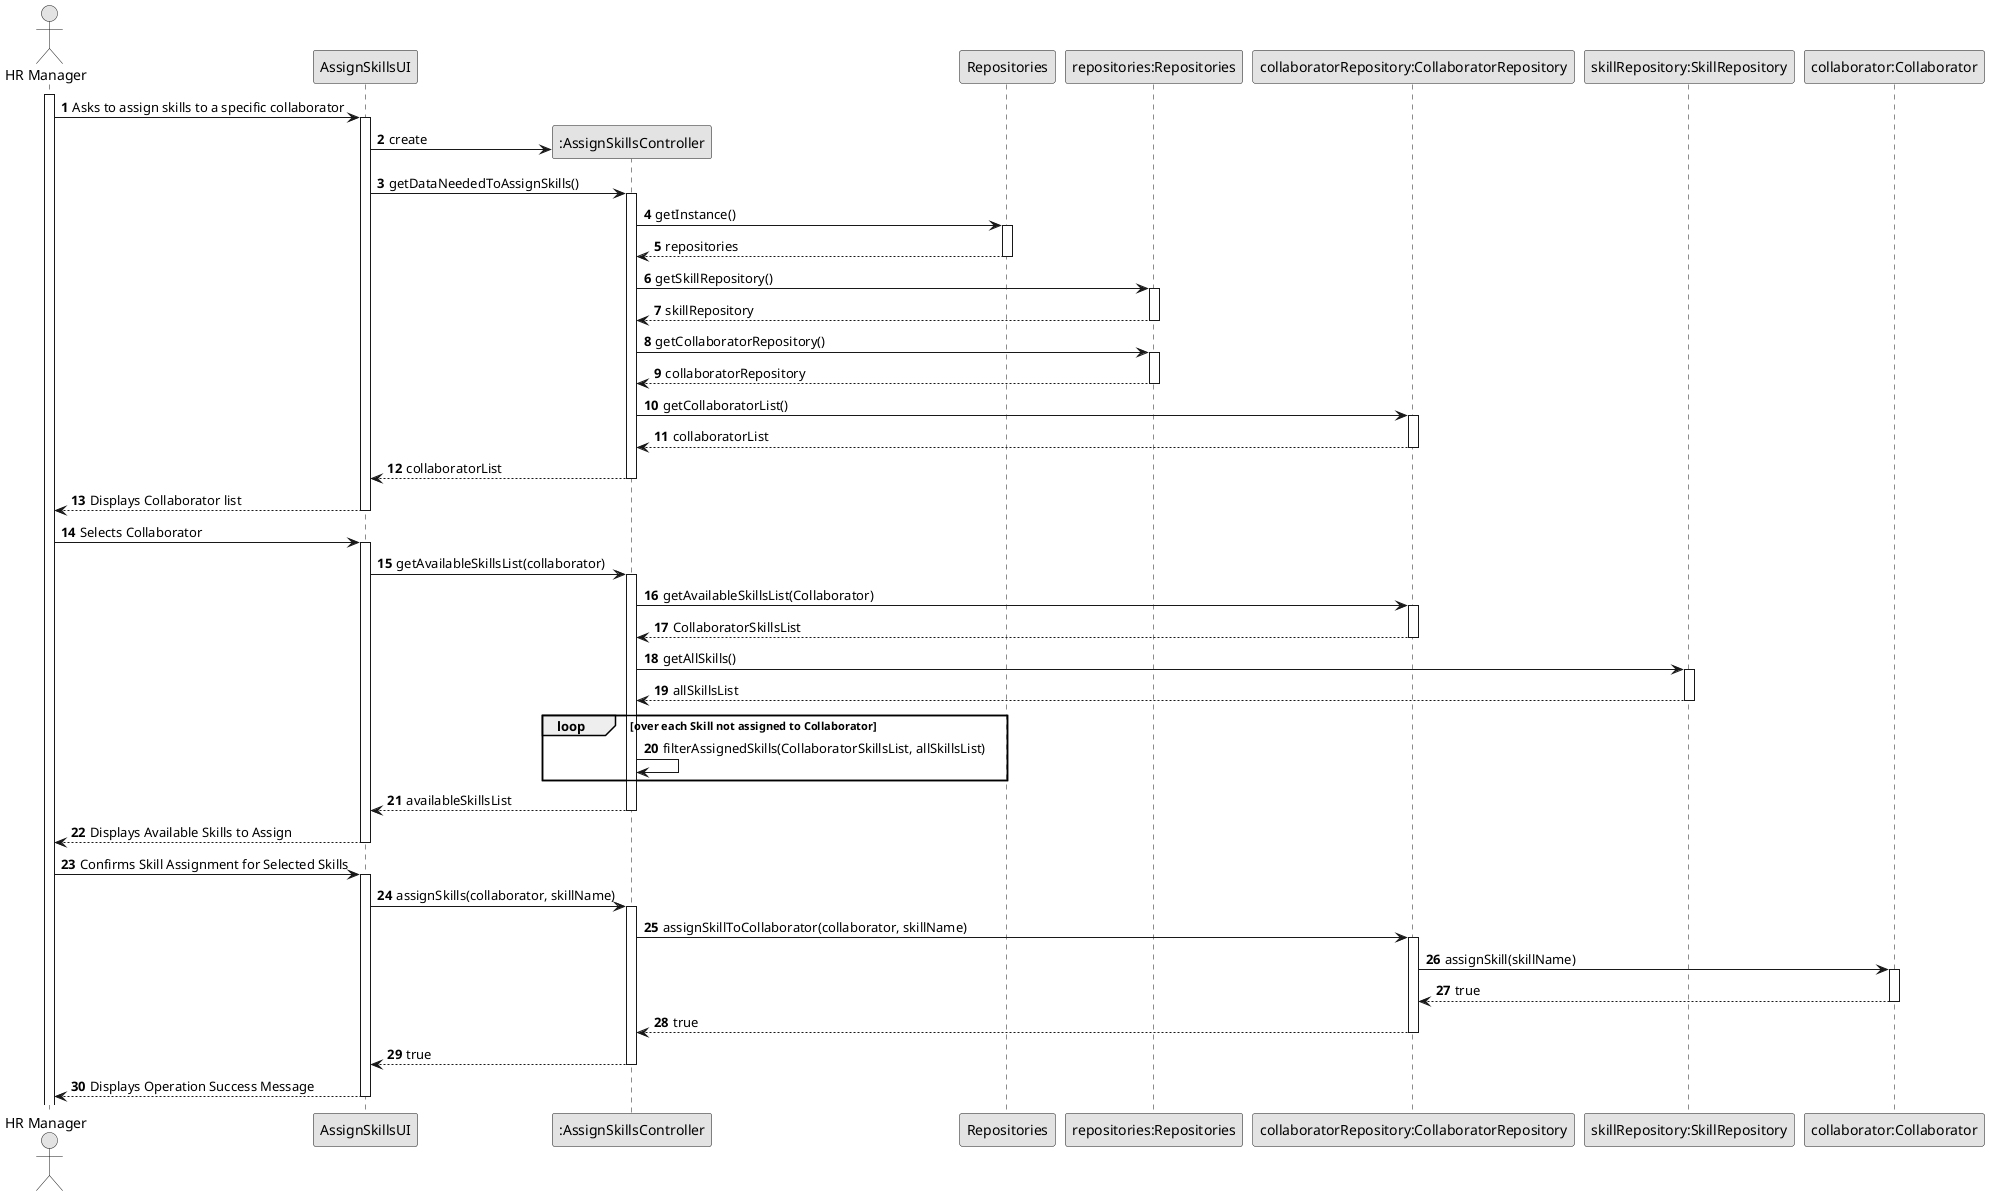
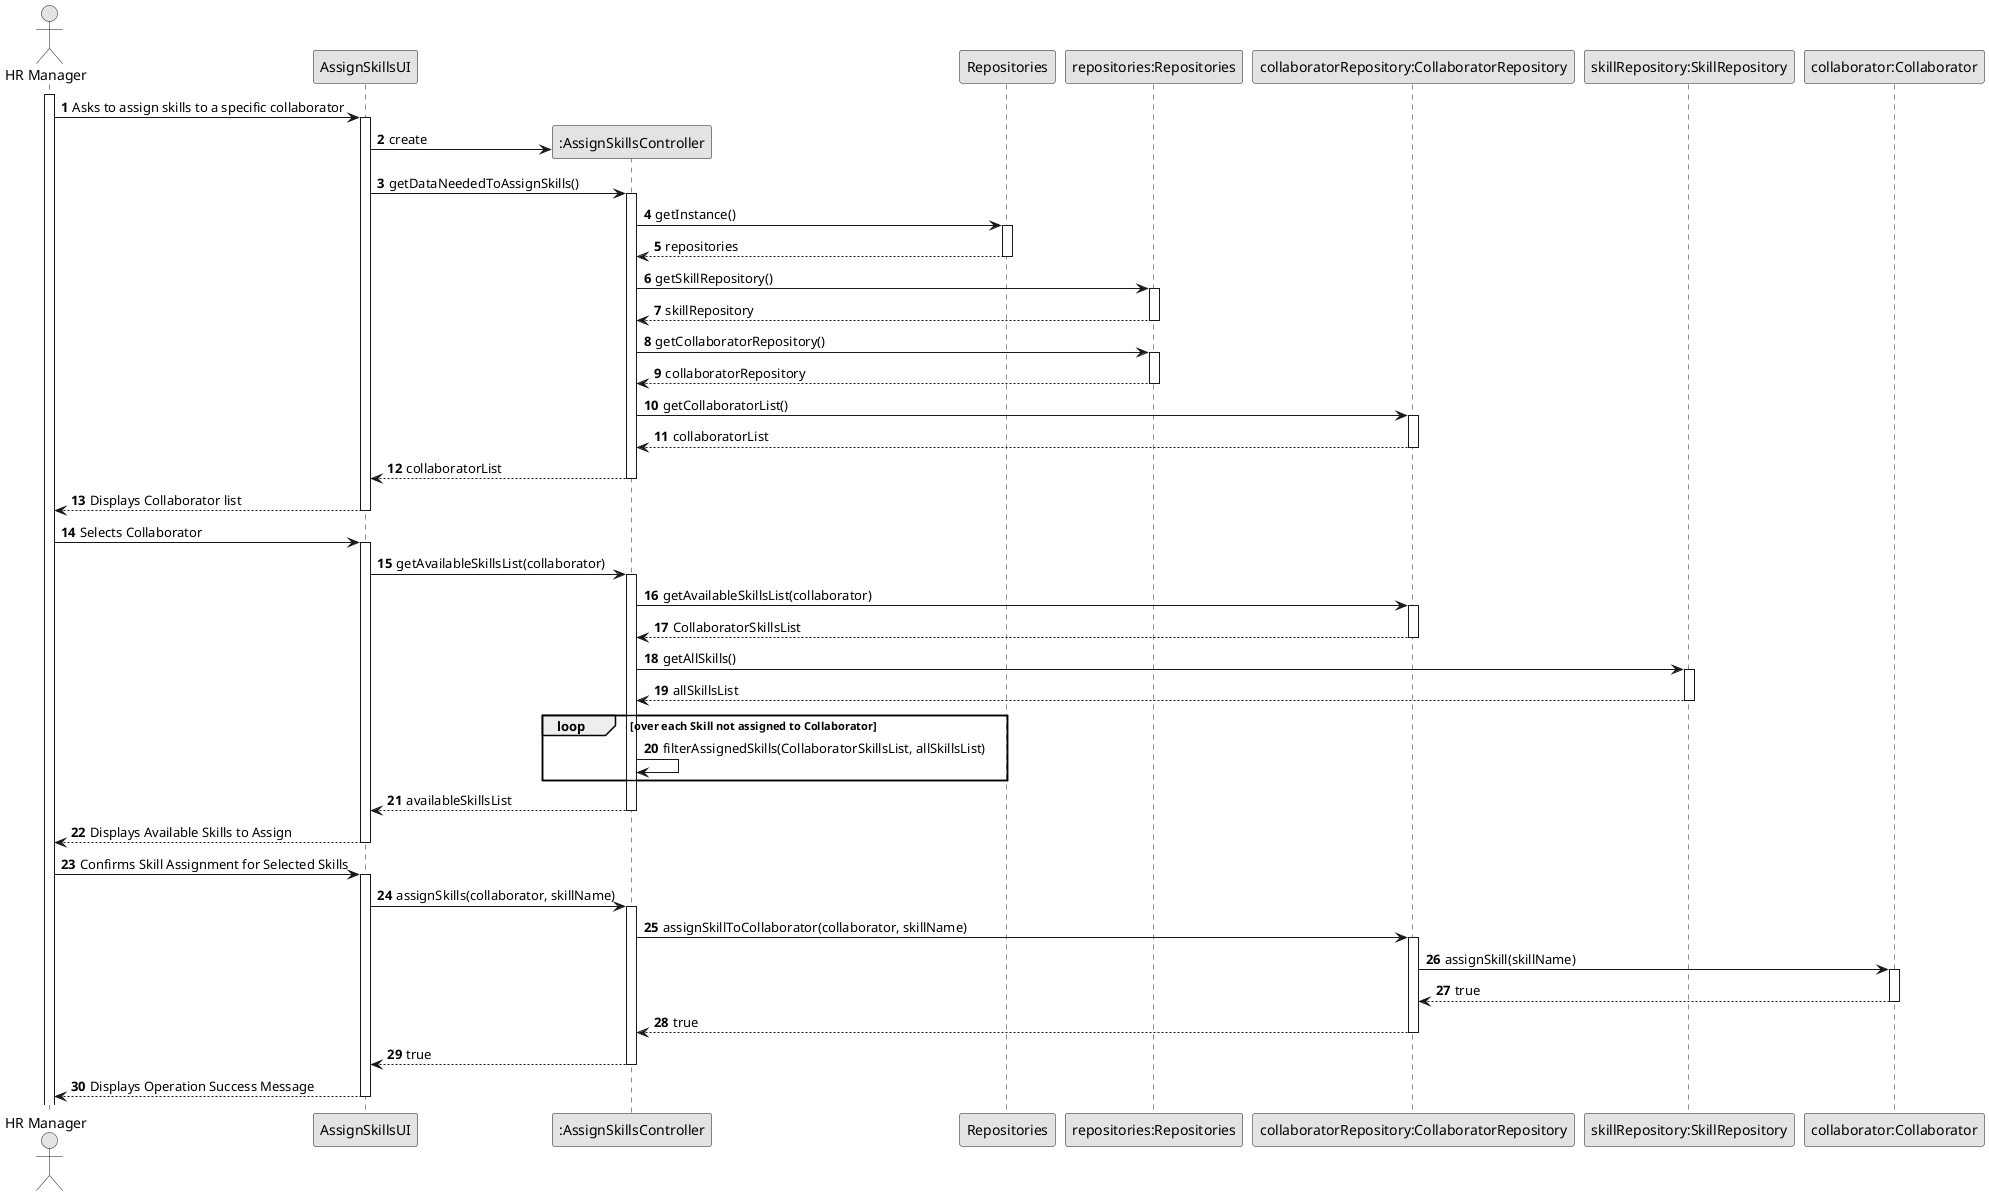
    @startuml
    skinparam monochrome true
    skinparam packageStyle rectangle
    skinparam shadowing false

    autonumber

    actor "HR Manager" as HRManager
    participant "AssignSkillsUI" as UI
    participant ":AssignSkillsController" as Controller

    participant "Repositories" as Repos
    participant "repositories:Repositories" as reposRepos
    participant "collaboratorRepository:CollaboratorRepository" as EmpRepo
    participant "skillRepository:SkillRepository" as SkillRepo

    participant "collaborator:Collaborator" as Collaborator

    activate HRManager

    HRManager -> UI : Asks to assign skills to a specific collaborator
    activate UI

    UI -> Controller** : create

    UI -> Controller : getDataNeededToAssignSkills()
    activate Controller

    Controller -> Repos : getInstance()
    activate Repos

    Repos --> Controller : repositories
    deactivate Repos

    Controller -> reposRepos : getSkillRepository()
    activate reposRepos

    reposRepos --> Controller : skillRepository
    deactivate reposRepos

    Controller -> reposRepos : getCollaboratorRepository()
    activate reposRepos

    reposRepos --> Controller : collaboratorRepository
    deactivate reposRepos

    Controller -> EmpRepo : getCollaboratorList()
    activate EmpRepo

    EmpRepo --> Controller : collaboratorList
    deactivate EmpRepo

    Controller --> UI : collaboratorList
    deactivate Controller


    UI --> HRManager : Displays Collaborator list
    deactivate UI

    HRManager -> UI : Selects Collaborator
    activate UI

    UI -> Controller : getAvailableSkillsList(collaborator)
    activate Controller

-     Controller -> EmpRepo : getAvailableSkillsList(Collaborator)
+     Controller -> EmpRepo : getAvailableSkillsList(collaborator)
    activate EmpRepo

    EmpRepo --> Controller : CollaboratorSkillsList
    deactivate EmpRepo

    Controller -> SkillRepo : getAllSkills()
    activate SkillRepo

    SkillRepo --> Controller : allSkillsList
    deactivate SkillRepo

    loop over each Skill not assigned to Collaborator
        Controller -> Controller : filterAssignedSkills(CollaboratorSkillsList, allSkillsList)
    end

    Controller --> UI : availableSkillsList
    deactivate Controller

    UI --> HRManager : Displays Available Skills to Assign
    deactivate UI

    HRManager -> UI : Confirms Skill Assignment for Selected Skills
    activate UI

    UI -> Controller : assignSkills(collaborator, skillName)
    activate Controller

    Controller -> EmpRepo : assignSkillToCollaborator(collaborator, skillName)
    activate EmpRepo


    EmpRepo -> Collaborator : assignSkill(skillName)
    activate Collaborator

    Collaborator --> EmpRepo : true
    deactivate Collaborator


    EmpRepo --> Controller : true
    deactivate EmpRepo

    Controller --> UI : true
    deactivate Controller

    UI --> HRManager : Displays Operation Success Message
    deactivate UI


    @enduml
